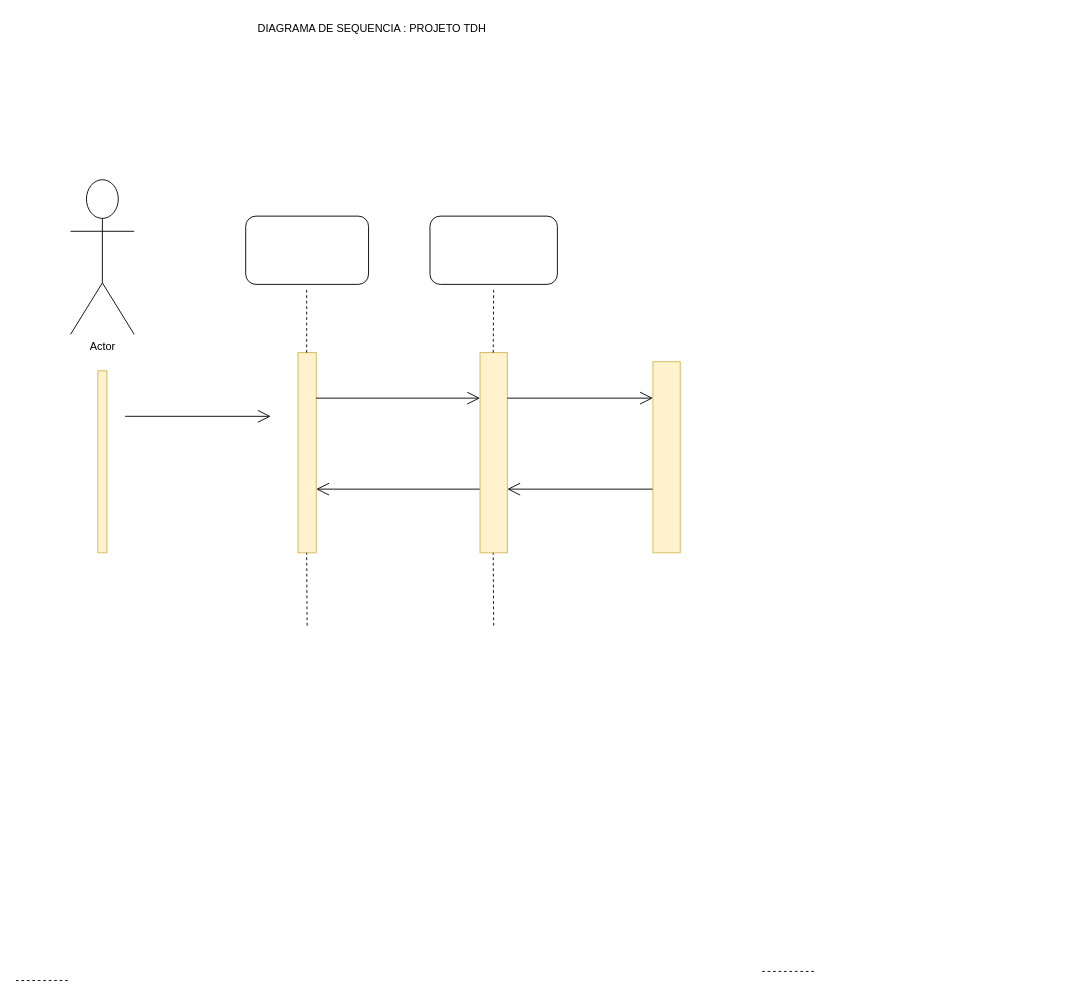
maysa158/diagramasderequisitos keeps this draw.io diagram as page "Página-12" (12 of 12) of Diagrama aula.drawio. Above is the earlier version. Source tidied: cells renumbered, new cells numbered last; positions are measured from the earlier drawing's top-left corner, leaving out a move shared by most shapes. Both pictures are drawn from the tidied source at 91%, with x=0, y=0 at pixel (15, 15).
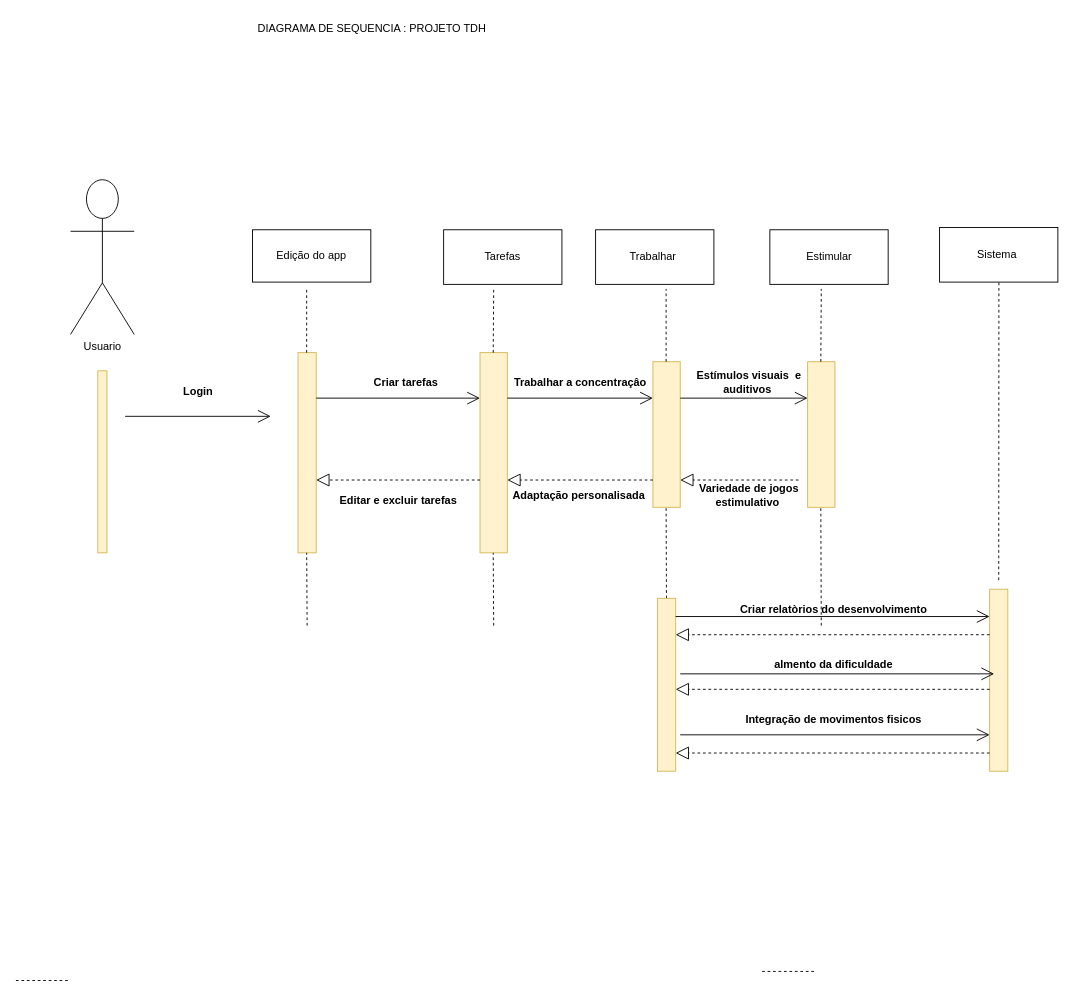
The same diagram, later.

Commit message:
DIAGRAMA DE CASO DE USO PROJETO TDH

Unchanged cells that the change refers to:
```xml
<mxCell id="8" style="html=1;points=[[0,0,0,0,5],[0,1,0,0,-5],[1,0,0,0,5],[1,1,0,0,-5]];perimeter=orthogonalPerimeter;outlineConnect=0;targetShapes=umlLifeline;portConstraint=eastwest;newEdgeStyle={&quot;curved&quot;:0,&quot;rounded&quot;:0};fillColor=#fff2cc;strokeColor=#d6b656;" parent="1" vertex="1">
  <mxGeometry x="310" y="370" width="20" height="220" as="geometry" />
</mxCell>
<mxCell id="13" style="html=1;points=[[0,0,0,0,5],[0,1,0,0,-5],[1,0,0,0,5],[1,1,0,0,-5]];perimeter=orthogonalPerimeter;outlineConnect=0;targetShapes=umlLifeline;portConstraint=eastwest;newEdgeStyle={&quot;curved&quot;:0,&quot;rounded&quot;:0};fillColor=#fff2cc;strokeColor=#d6b656;" parent="1" vertex="1">
  <mxGeometry x="510" y="370" width="30" height="220" as="geometry" />
</mxCell>
```

Change to the diagram source:
```diff
@@
-    <mxCell id="5" value="Actor" style="shape=umlActor;verticalLabelPosition=bottom;verticalAlign=top;html=1;" parent="1" vertex="1">
+    <mxCell id="5" value="Usuario" style="shape=umlActor;verticalLabelPosition=bottom;verticalAlign=top;html=1;" parent="1" vertex="1">
       <mxGeometry x="60" y="180" width="70" height="170" as="geometry" />
     </mxCell>
@@
-    <mxCell id="12" style="endArrow=open;endFill=1;endSize=12;html=1;rounded=0;" parent="1" edge="1">
-      <mxGeometry relative="1" as="geometry">
-        <mxPoint x="510" y="520" as="sourcePoint" />
-        <mxPoint x="330" y="520" as="targetPoint" />
-      </mxGeometry>
-    </mxCell>
@@
-    <mxCell id="16" style="rounded=1;whiteSpace=wrap;html=1;" parent="1" vertex="1">
-      <mxGeometry x="455" y="220" width="140" height="75" as="geometry" />
-    </mxCell>
-    <mxCell id="17" style="rounded=1;whiteSpace=wrap;html=1;" parent="1" vertex="1">
-      <mxGeometry x="252.5" y="220" width="135" height="75" as="geometry" />
-    </mxCell>
@@
-    <mxCell id="19" style="endArrow=open;endFill=1;endSize=12;html=1;rounded=0;" parent="1" edge="1" target="13">
-      <mxGeometry relative="1" as="geometry">
-        <mxPoint x="700" y="520" as="sourcePoint" />
-      </mxGeometry>
-    </mxCell>
     <mxCell id="20" style="html=1;points=[[0,0,0,0,5],[0,1,0,0,-5],[1,0,0,0,5],[1,1,0,0,-5]];perimeter=orthogonalPerimeter;outlineConnect=0;targetShapes=umlLifeline;portConstraint=eastwest;newEdgeStyle={&quot;curved&quot;:0,&quot;rounded&quot;:0};fillColor=#fff2cc;strokeColor=#d6b656;" parent="1" vertex="1">
-      <mxGeometry x="700" y="380" width="30" height="210" as="geometry" />
+      <mxGeometry x="700" y="380" width="30" height="160" as="geometry" />
     </mxCell>
+    <mxCell id="21" style="endArrow=open;endFill=1;endSize=12;html=1;rounded=0;" parent="1" edge="1">
+      <mxGeometry relative="1" as="geometry">
+        <mxPoint x="730" y="420" as="sourcePoint" />
+        <mxPoint x="870" y="420" as="targetPoint" />
+      </mxGeometry>
+    </mxCell>
+    <mxCell id="22" style="endArrow=block;dashed=1;endFill=0;endSize=12;html=1;rounded=0;" parent="1" edge="1" target="13">
+      <mxGeometry relative="1" as="geometry">
+        <mxPoint x="700" y="510" as="sourcePoint" />
+      </mxGeometry>
+    </mxCell>
+    <mxCell id="23" style="endArrow=block;dashed=1;endFill=0;endSize=12;html=1;rounded=0;" parent="1" edge="1" target="20">
+      <mxGeometry relative="1" as="geometry">
+        <mxPoint x="860" y="510" as="sourcePoint" />
+      </mxGeometry>
+    </mxCell>
+    <mxCell id="24" style="html=1;perimeter=orthogonalPerimeter;targetShapes=umlLifeline;newEdgeStyle={&quot;curved&quot;:0,&quot;rounded&quot;:0};fillColor=#fff2cc;strokeColor=#d6b656;" parent="1" vertex="1">
+      <mxGeometry x="870" y="380" width="30" height="160" as="geometry" />
+    </mxCell>
+    <mxCell id="25" style="endArrow=none;dashed=1;html=1;rounded=0;" parent="1" edge="1">
+      <mxGeometry relative="1" as="geometry">
+        <mxPoint x="714.5" y="380" as="sourcePoint" />
+        <mxPoint x="714.5" y="300" as="targetPoint" />
+      </mxGeometry>
+    </mxCell>
+    <mxCell id="26" style="endArrow=none;dashed=1;html=1;rounded=0;" parent="1" edge="1">
+      <mxGeometry relative="1" as="geometry">
+        <mxPoint x="715" y="670" as="sourcePoint" />
+        <mxPoint x="714.5" y="540" as="targetPoint" />
+      </mxGeometry>
+    </mxCell>
+    <mxCell id="27" style="endArrow=none;dashed=1;html=1;rounded=0;" parent="1" edge="1">
+      <mxGeometry relative="1" as="geometry">
+        <mxPoint x="884.5" y="380" as="sourcePoint" />
+        <mxPoint x="885" y="300" as="targetPoint" />
+      </mxGeometry>
+    </mxCell>
+    <mxCell id="28" style="endArrow=none;dashed=1;html=1;rounded=0;" parent="1" edge="1">
+      <mxGeometry relative="1" as="geometry">
+        <mxPoint x="885" y="670" as="sourcePoint" />
+        <mxPoint x="884.5" y="540" as="targetPoint" />
+      </mxGeometry>
+    </mxCell>
+    <mxCell id="29" value="Edição do app" style="rounded=0;whiteSpace=wrap;html=1;" parent="1" vertex="1">
+      <mxGeometry x="260" y="235" width="130" height="57.5" as="geometry" />
+    </mxCell>
+    <mxCell id="30" value="Tarefas" style="rounded=0;whiteSpace=wrap;html=1;" parent="1" vertex="1">
+      <mxGeometry x="470" y="235" width="130" height="60" as="geometry" />
+    </mxCell>
+    <mxCell id="31" value="Estimular" style="rounded=0;whiteSpace=wrap;html=1;" parent="1" vertex="1">
+      <mxGeometry x="828.5" y="235" width="130" height="60" as="geometry" />
+    </mxCell>
+    <mxCell id="32" value="Trabalhar&amp;nbsp;" style="rounded=0;whiteSpace=wrap;html=1;" parent="1" vertex="1">
+      <mxGeometry x="637" y="235" width="130" height="60" as="geometry" />
+    </mxCell>
+    <mxCell id="33" value="Sistema&amp;nbsp;" style="rounded=0;whiteSpace=wrap;html=1;" parent="1" vertex="1">
+      <mxGeometry x="1015" y="232.5" width="130" height="60" as="geometry" />
+    </mxCell>
+    <mxCell id="34" style="endArrow=none;dashed=1;html=1;rounded=0;" parent="1" edge="1">
+      <mxGeometry relative="1" as="geometry">
+        <mxPoint x="1080" y="620" as="sourcePoint" />
+        <mxPoint x="1080.2" y="292.5" as="targetPoint" />
+      </mxGeometry>
+    </mxCell>
+    <mxCell id="35" style="html=1;points=[[0,0,0,0,5],[0,1,0,0,-5],[1,0,0,0,5],[1,1,0,0,-5]];perimeter=orthogonalPerimeter;outlineConnect=0;targetShapes=umlLifeline;portConstraint=eastwest;newEdgeStyle={&quot;curved&quot;:0,&quot;rounded&quot;:0};fillColor=#fff2cc;strokeColor=#d6b656;" parent="1" vertex="1">
+      <mxGeometry x="1070" y="630" width="20" height="200" as="geometry" />
+    </mxCell>
+    <mxCell id="36" style="html=1;points=[[0,0,0,0,5],[0,1,0,0,-5],[1,0,0,0,5],[1,1,0,0,-5]];perimeter=orthogonalPerimeter;outlineConnect=0;targetShapes=umlLifeline;portConstraint=eastwest;newEdgeStyle={&quot;curved&quot;:0,&quot;rounded&quot;:0};fillColor=#fff2cc;strokeColor=#d6b656;" parent="1" vertex="1">
+      <mxGeometry x="705" y="640" width="20" height="190" as="geometry" />
+    </mxCell>
+    <mxCell id="37" style="endArrow=open;endFill=1;endSize=12;html=1;rounded=0;" parent="1" edge="1" target="35">
+      <mxGeometry relative="1" as="geometry">
+        <mxPoint x="725" y="660" as="sourcePoint" />
+      </mxGeometry>
+    </mxCell>
+    <mxCell id="38" style="endArrow=block;dashed=1;endFill=0;endSize=12;html=1;rounded=0;" parent="1" edge="1" target="36">
+      <mxGeometry relative="1" as="geometry">
+        <mxPoint x="1070" y="680" as="sourcePoint" />
+      </mxGeometry>
+    </mxCell>
+    <mxCell id="39" value="Criar relatòrios do desenvolvimento&amp;nbsp;" style="text;align=center;fontStyle=1;verticalAlign=middle;spacingLeft=3;spacingRight=3;strokeColor=none;html=1;" parent="1" vertex="1">
+      <mxGeometry x="860" y="640" width="80" height="26" as="geometry" />
+    </mxCell>
+    <mxCell id="40" style="endArrow=open;endFill=1;endSize=12;html=1;rounded=0;" parent="1" edge="1">
+      <mxGeometry relative="1" as="geometry">
+        <mxPoint x="730" y="723" as="sourcePoint" />
+        <mxPoint x="1075" y="723" as="targetPoint" />
+      </mxGeometry>
+    </mxCell>
+    <mxCell id="41" value="Variedade de jogos&amp;nbsp;&lt;div&gt;estimulativo&amp;nbsp;&amp;nbsp;&lt;/div&gt;" style="text;align=center;fontStyle=1;verticalAlign=middle;spacingLeft=3;spacingRight=3;strokeColor=none;html=1;" parent="1" vertex="1">
+      <mxGeometry x="767" y="514" width="80" height="26" as="geometry" />
+    </mxCell>
+    <mxCell id="42" style="endArrow=block;dashed=1;endFill=0;endSize=12;html=1;rounded=0;" parent="1" edge="1" target="36">
+      <mxGeometry relative="1" as="geometry">
+        <mxPoint x="1070" y="740" as="sourcePoint" />
+      </mxGeometry>
+    </mxCell>
+    <mxCell id="43" style="endArrow=block;dashed=1;endFill=0;endSize=12;html=1;rounded=0;" parent="1" edge="1" target="36">
+      <mxGeometry relative="1" as="geometry">
+        <mxPoint x="1070" y="810" as="sourcePoint" />
+      </mxGeometry>
+    </mxCell>
+    <mxCell id="44" style="endArrow=open;endFill=1;endSize=12;html=1;rounded=0;" parent="1" edge="1" target="35">
+      <mxGeometry relative="1" as="geometry">
+        <mxPoint x="730" y="790" as="sourcePoint" />
+      </mxGeometry>
+    </mxCell>
+    <mxCell id="45" value="Integração de movimentos fisicos&amp;nbsp;" style="text;align=center;fontStyle=1;verticalAlign=middle;spacingLeft=3;spacingRight=3;strokeColor=none;html=1;" parent="1" vertex="1">
+      <mxGeometry x="860" y="760" width="80" height="26" as="geometry" />
+    </mxCell>
+    <mxCell id="46" style="endArrow=block;dashed=1;endFill=0;endSize=12;html=1;rounded=0;" parent="1" edge="1" target="8">
+      <mxGeometry relative="1" as="geometry">
+        <mxPoint x="510" y="510" as="sourcePoint" />
+      </mxGeometry>
+    </mxCell>
+    <mxCell id="47" value="Login" style="text;align=center;fontStyle=1;verticalAlign=middle;spacingLeft=3;spacingRight=3;strokeColor=none;html=1;" parent="1" vertex="1">
+      <mxGeometry x="160" y="400" width="80" height="26" as="geometry" />
+    </mxCell>
+    <mxCell id="48" value="Editar e excluir tarefas" style="text;align=center;fontStyle=1;verticalAlign=middle;spacingLeft=3;spacingRight=3;strokeColor=none;html=1;" parent="1" vertex="1">
+      <mxGeometry x="380" y="520" width="80" height="26" as="geometry" />
+    </mxCell>
+    <mxCell id="49" value="Trabalhar a concentraçâo" style="text;align=center;fontStyle=1;verticalAlign=middle;spacingLeft=3;spacingRight=3;strokeColor=none;html=1;" parent="1" vertex="1">
+      <mxGeometry x="580" y="390" width="80" height="26" as="geometry" />
+    </mxCell>
+    <mxCell id="50" value="Criar tarefas&amp;nbsp;" style="text;align=center;fontStyle=1;verticalAlign=middle;spacingLeft=3;spacingRight=3;strokeColor=none;html=1;" parent="1" vertex="1">
+      <mxGeometry x="390" y="390" width="80" height="26" as="geometry" />
+    </mxCell>
+    <mxCell id="51" value="Estímulos visuais&amp;nbsp; e&amp;nbsp;&lt;div&gt;auditivos&amp;nbsp;&amp;nbsp;&lt;/div&gt;" style="text;align=center;fontStyle=1;verticalAlign=middle;spacingLeft=3;spacingRight=3;strokeColor=none;html=1;" parent="1" vertex="1">
+      <mxGeometry x="655.5" y="380" width="303" height="46" as="geometry" />
+    </mxCell>
+    <mxCell id="52" value="almento da dificuldade&amp;nbsp;" style="text;align=center;fontStyle=1;verticalAlign=middle;spacingLeft=3;spacingRight=3;strokeColor=none;html=1;" parent="1" vertex="1">
+      <mxGeometry x="860" y="700" width="80" height="26" as="geometry" />
+    </mxCell>
+    <mxCell id="53" value="Adaptação personalisada&amp;nbsp;" style="text;align=center;fontStyle=1;verticalAlign=middle;spacingLeft=3;spacingRight=3;strokeColor=none;html=1;" parent="1" vertex="1">
+      <mxGeometry x="580" y="514" width="80" height="26" as="geometry" />
+    </mxCell>
```
